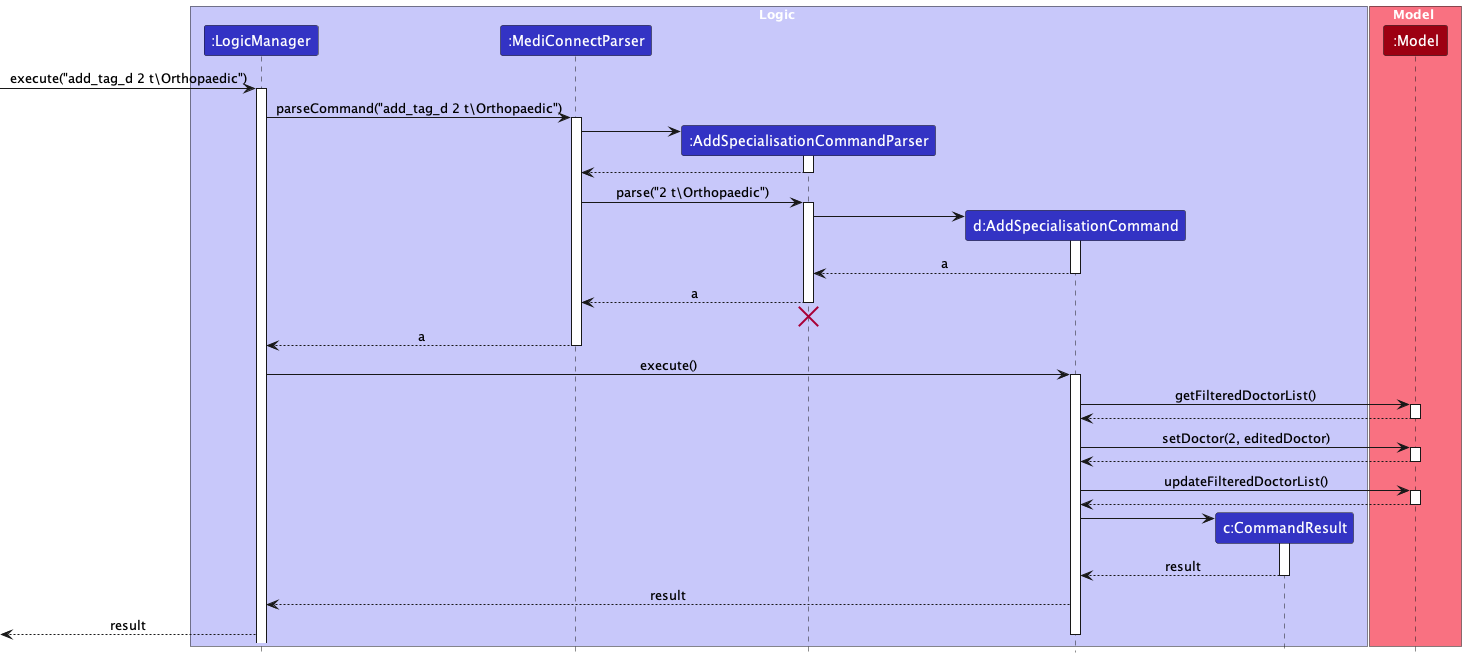
yanghengtang/tp keeps this PlantUML diagram as docs/images/AddSpecialisationSequenceDiagram.png. Above is the earlier version.
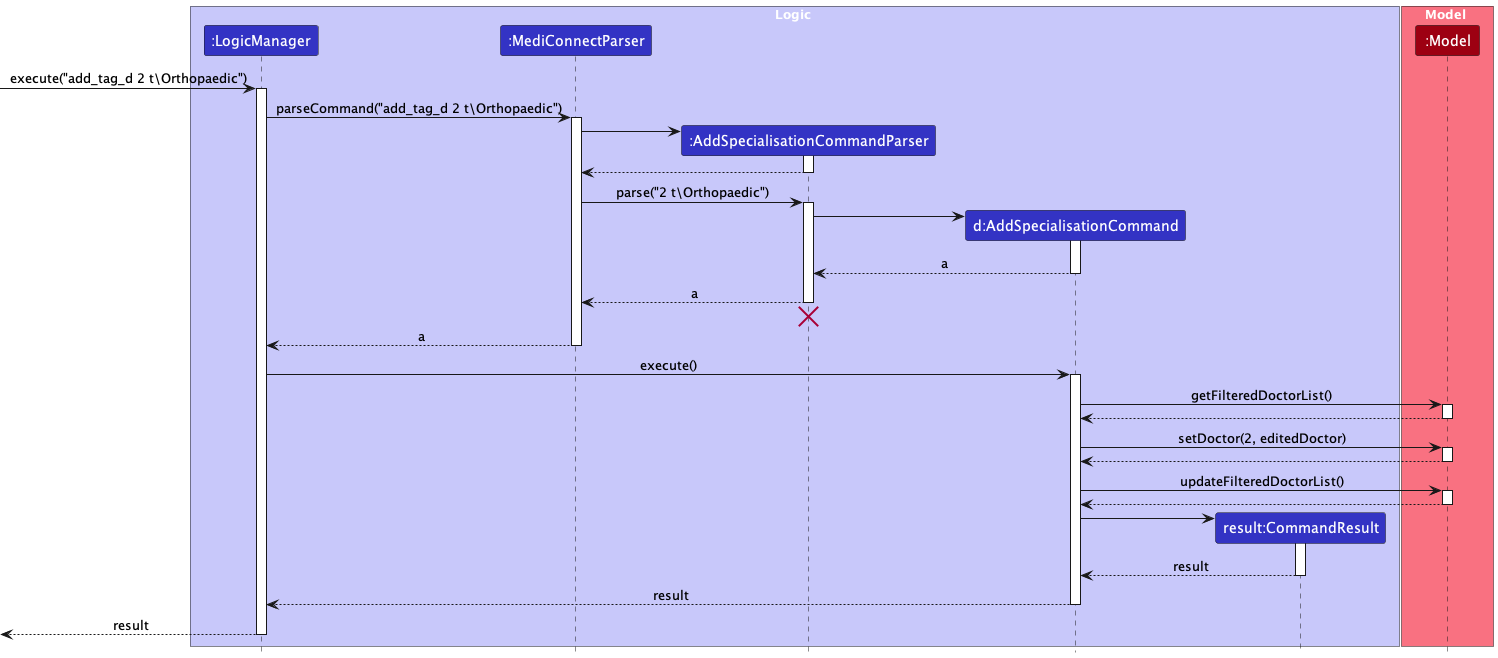
The same file after the commit.

The edit, as a diff of the source:
```diff
@@ -7,7 +7,7 @@
 participant ":MediConnectParser" as MediConnectParser LOGIC_COLOR
 participant ":AddSpecialisationCommandParser" as AddSpecialisationCommandParser LOGIC_COLOR
 participant "d:AddSpecialisationCommand" as AddSpecialisationCommand LOGIC_COLOR
-participant "c:CommandResult" as CommandResult LOGIC_COLOR
+participant "result:CommandResult" as CommandResult LOGIC_COLOR
 end box
 
 box Model MODEL_COLOR_T1
@@ -77,6 +77,8 @@
 deactivate CommandResult
 
 AddSpecialisationCommand --> LogicManager : result
+deactivate AddSpecialisationCommand
+
 [<--LogicManager : result
-deactivate AddSpecialisationCommand
+deactivate LogicManager
 @enduml
```
